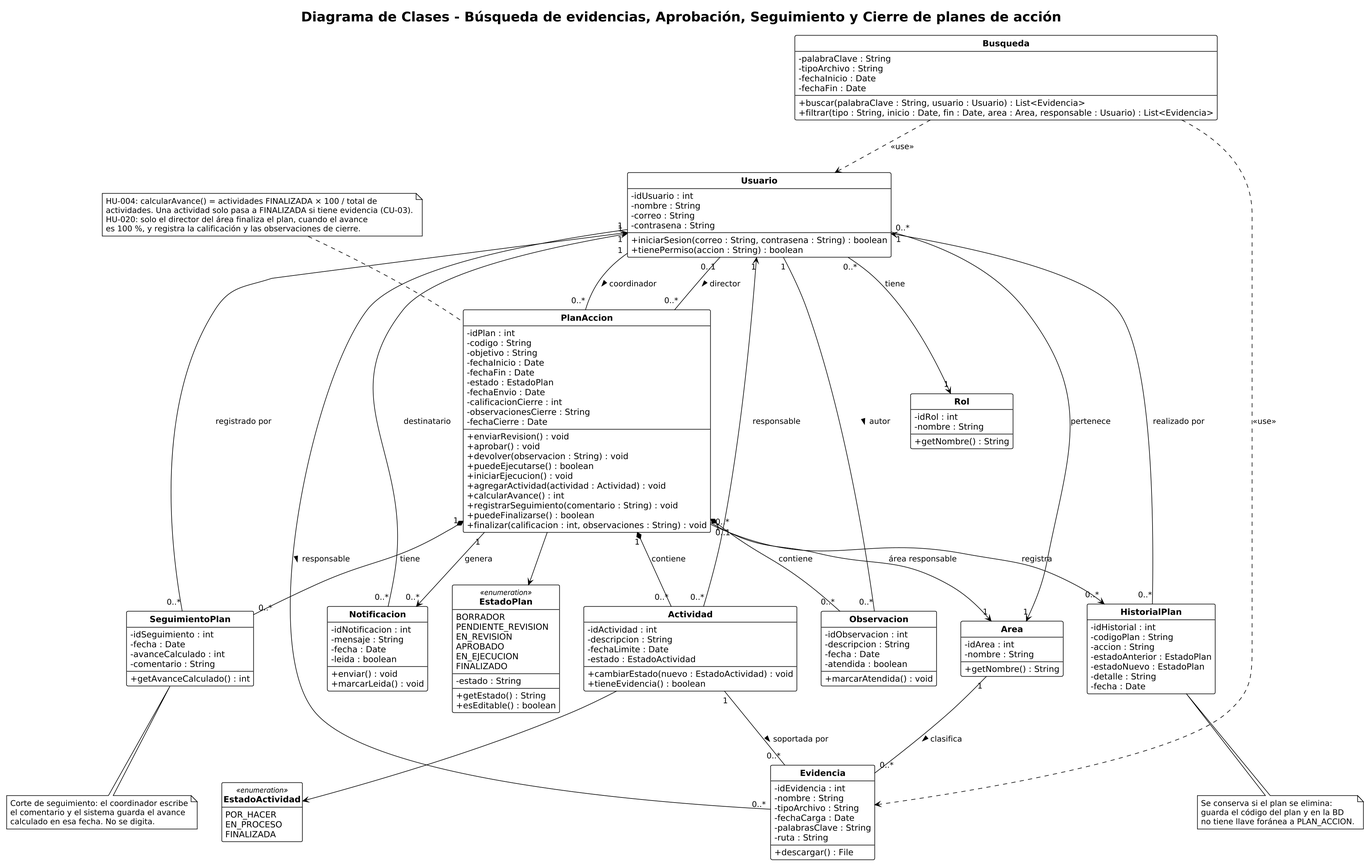
This is Graficas/diagrama-clases.png from Raze144hz/Proyecto-FIDSW, a PlantUML export, as it was before one commit. The source it was exported from:
```plantuml
@startuml diagrama-clases
!theme plain
skinparam classAttributeIconSize 0
skinparam defaultFontName DejaVu Sans
skinparam shadowing false
skinparam classFontStyle bold
skinparam dpi 170
skinparam nodesep 40
skinparam ranksep 70
hide circle
hide empty members

title Diagrama de Clases - Búsqueda de evidencias, Aprobación, Seguimiento y Cierre de planes de acción

class Usuario {
  -idUsuario : int
  -nombre : String
  -correo : String
  -contrasena : String
  +iniciarSesion(correo : String, contrasena : String) : boolean
  +tienePermiso(accion : String) : boolean
}

class Rol {
  -idRol : int
  -nombre : String
  +getNombre() : String
}

class Area {
  -idArea : int
  -nombre : String
  +getNombre() : String
}

class Evidencia {
  -idEvidencia : int
  -nombre : String
  -tipoArchivo : String
  -fechaCarga : Date
  -palabrasClave : String
  -ruta : String
  +descargar() : File
}

class Busqueda {
  -palabraClave : String
  -tipoArchivo : String
  -fechaInicio : Date
  -fechaFin : Date
  +buscar(palabraClave : String, usuario : Usuario) : List<Evidencia>
  +filtrar(tipo : String, inicio : Date, fin : Date, area : Area, responsable : Usuario) : List<Evidencia>
}

class PlanAccion {
  -idPlan : int
  -codigo : String
  -objetivo : String
  -fechaInicio : Date
  -fechaFin : Date
  -estado : EstadoPlan
  -fechaEnvio : Date
  -calificacionCierre : int
  -observacionesCierre : String
  -fechaCierre : Date
  +enviarRevision() : void
  +aprobar() : void
  +devolver(observacion : String) : void
  +puedeEjecutarse() : boolean
  +iniciarEjecucion() : void
  +agregarActividad(actividad : Actividad) : void
  +calcularAvance() : int
  +registrarSeguimiento(comentario : String) : void
  +puedeFinalizarse() : boolean
  +finalizar(calificacion : int, observaciones : String) : void
}

class Actividad {
  -idActividad : int
  -descripcion : String
  -fechaLimite : Date
  -estado : EstadoActividad
  +cambiarEstado(nuevo : EstadoActividad) : void
  +tieneEvidencia() : boolean
}

enum EstadoActividad <<enumeration>> {
  POR_HACER
  EN_PROCESO
  FINALIZADA
}

enum EstadoPlan <<enumeration>> {
  BORRADOR
  PENDIENTE_REVISION
  EN_REVISION
  APROBADO
  EN_EJECUCION
  FINALIZADO
  --
  -estado : String
  --
  +getEstado() : String
  +esEditable() : boolean
}

class Observacion {
  -idObservacion : int
  -descripcion : String
  -fecha : Date
  -atendida : boolean
  +marcarAtendida() : void
}

class Notificacion {
  -idNotificacion : int
  -mensaje : String
  -fecha : Date
  -leida : boolean
  +enviar() : void
  +marcarLeida() : void
}

class SeguimientoPlan {
  -idSeguimiento : int
  -fecha : Date
  -avanceCalculado : int
  -comentario : String
  +getAvanceCalculado() : int
}

class HistorialPlan {
  -idHistorial : int
  -codigoPlan : String
  -accion : String
  -estadoAnterior : EstadoPlan
  -estadoNuevo : EstadoPlan
  -detalle : String
  -fecha : Date
}

Usuario "0..*" --> "1" Rol : tiene
Usuario "0..*" --> "1" Area : pertenece
Usuario "1" -- "0..*" Evidencia : responsable >
Busqueda ..> Usuario : <<use>>
Area "1" -- "0..*" Evidencia : clasifica >
Busqueda ..> Evidencia : <<use>>

Usuario "1" -- "0..*" PlanAccion : coordinador >
Usuario "0..1" -- "0..*" PlanAccion : director >
PlanAccion "0..*" --> "1" Area : área responsable
PlanAccion --> EstadoPlan
PlanAccion "1" *-- "0..*" Observacion : contiene
Usuario "1" -- "0..*" Observacion : autor >
PlanAccion "1" --> "0..*" Notificacion : genera
Notificacion "0..*" --> "1" Usuario : destinatario
PlanAccion "0..1" --> "0..*" HistorialPlan : registra
PlanAccion "1" *-- "0..*" Actividad : contiene
Actividad "0..*" --> "1" Usuario : responsable
Actividad --> EstadoActividad
Actividad "1" -- "0..*" Evidencia : soportada por >
PlanAccion "1" *-- "0..*" SeguimientoPlan : tiene
SeguimientoPlan "0..*" --> "1" Usuario : registrado por
HistorialPlan "0..*" --> "1" Usuario : realizado por

note top of PlanAccion
  HU-004: calcularAvance() = actividades FINALIZADA × 100 / total de
  actividades. Una actividad solo pasa a FINALIZADA si tiene evidencia (CU-03).
  HU-020: solo el director del área finaliza el plan, cuando el avance
  es 100 %, y registra la calificación y las observaciones de cierre.
end note

note bottom of SeguimientoPlan
  Corte de seguimiento: el coordinador escribe
  el comentario y el sistema guarda el avance
  calculado en esa fecha. No se digita.
end note

note bottom of HistorialPlan
  Se conserva si el plan se elimina:
  guarda el código del plan y en la BD
  no tiene llave foránea a PLAN_ACCION.
end note
@enduml
```
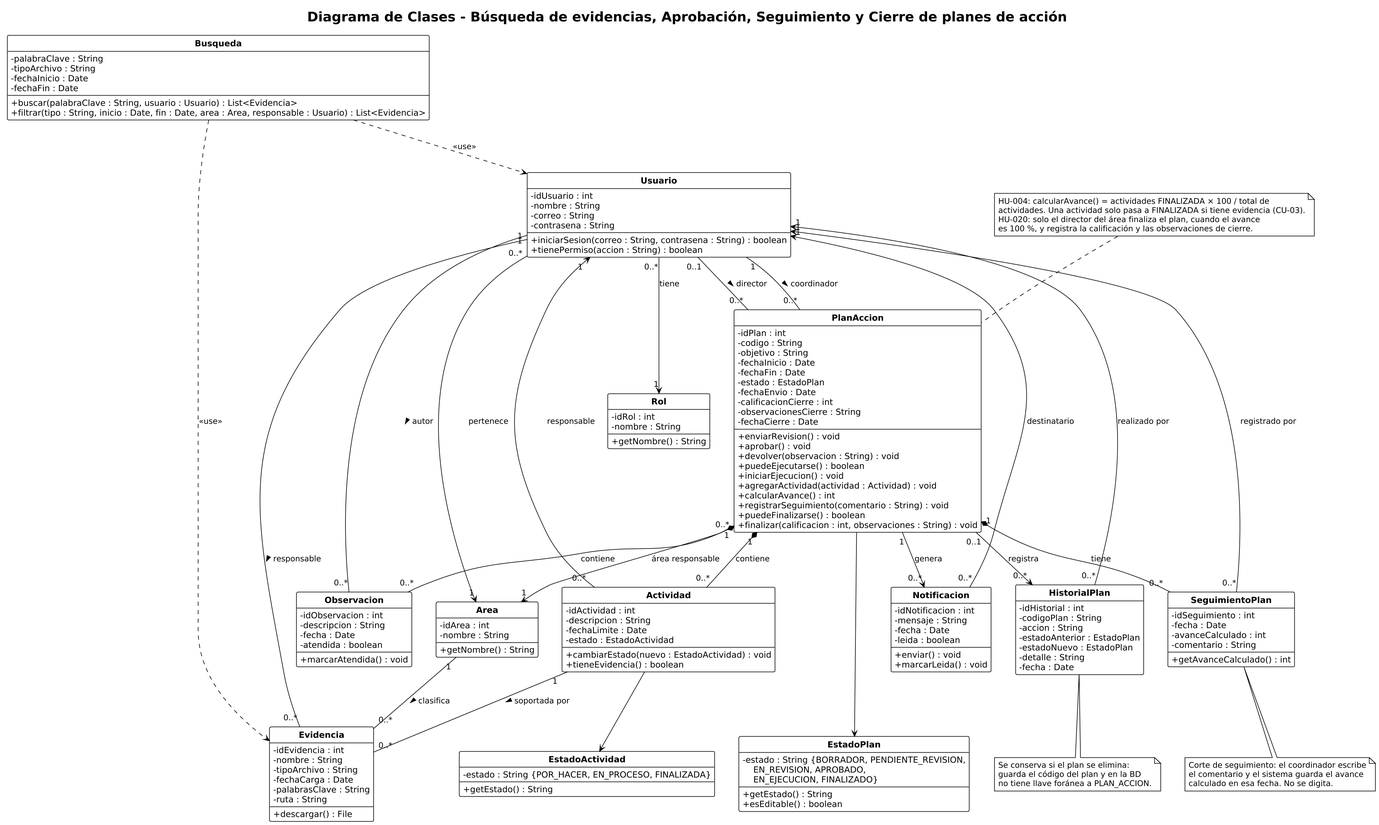
The same diagram one commit later.

Commit message:
docs: update class and component diagram images

What changed in the source:
```diff
@@ -84,22 +84,13 @@
   +tieneEvidencia() : boolean
 }
 
-enum EstadoActividad <<enumeration>> {
-  POR_HACER
-  EN_PROCESO
-  FINALIZADA
+class EstadoActividad {
+  -estado : String {POR_HACER, EN_PROCESO, FINALIZADA}
+  +getEstado() : String
 }
 
-enum EstadoPlan <<enumeration>> {
-  BORRADOR
-  PENDIENTE_REVISION
-  EN_REVISION
-  APROBADO
-  EN_EJECUCION
-  FINALIZADO
-  --
-  -estado : String
-  --
+class EstadoPlan {
+  -estado : String {BORRADOR, PENDIENTE_REVISION,\n    EN_REVISION, APROBADO,\n    EN_EJECUCION, FINALIZADO}
   +getEstado() : String
   +esEditable() : boolean
 }
@@ -149,7 +140,7 @@
 Usuario "1" -- "0..*" PlanAccion : coordinador >
 Usuario "0..1" -- "0..*" PlanAccion : director >
 PlanAccion "0..*" --> "1" Area : área responsable
-PlanAccion --> EstadoPlan
+PlanAccion ---> EstadoPlan
 PlanAccion "1" *-- "0..*" Observacion : contiene
 Usuario "1" -- "0..*" Observacion : autor >
 PlanAccion "1" --> "0..*" Notificacion : genera
```
